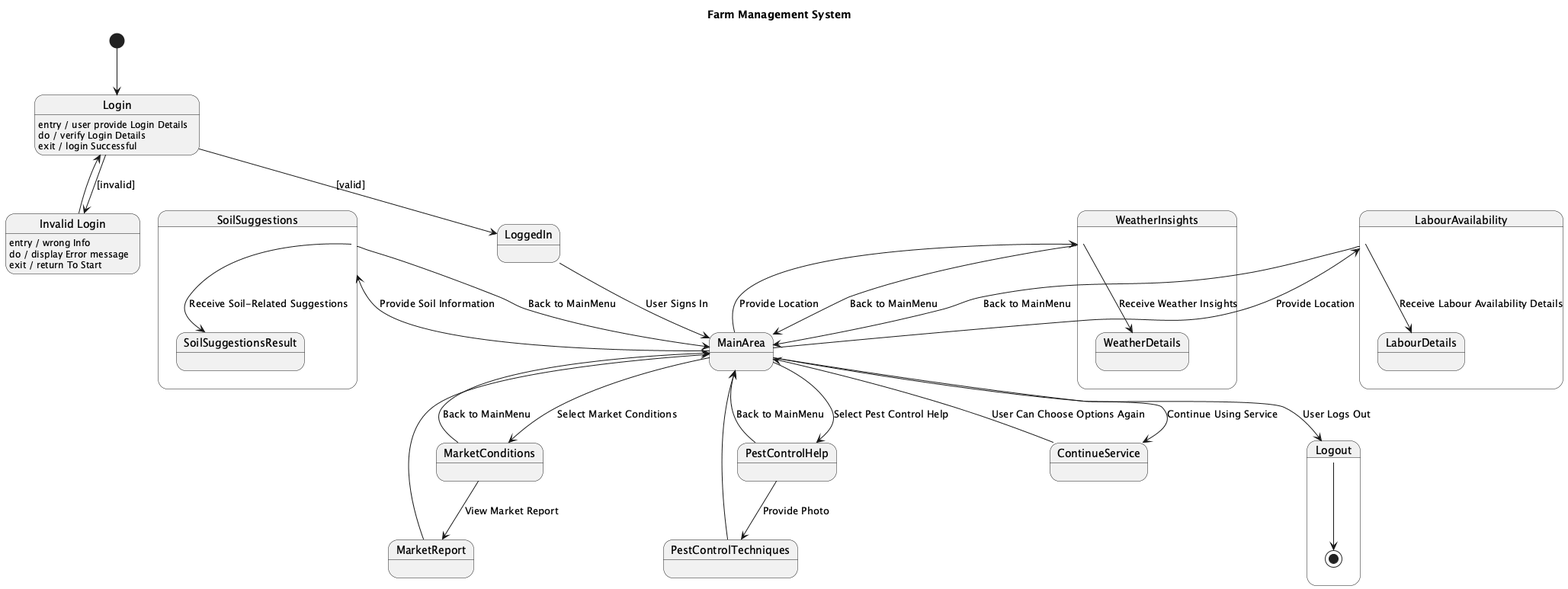
This is results/plantuml_pipeline/ensemble_stacked_llm/runs/ensemble__all_methods__candidate_pool__stacked_llm/case_33_farm_management_system/ensemble.png from maimunafaria/State_transition_Diagram_generated_by_LLM, a PlantUML export, as it was before one commit. Its diagram source:
```plantuml
@startuml
title Farm Management System

[*] --> Login

state Login {
  Login : entry / user provide Login Details
  Login : do / verify Login Details
  Login : exit / login Successful
}

Login --> LoggedIn : [valid]
Login --> InvalidLogin : [invalid]

state "Invalid Login" as InvalidLogin
InvalidLogin : entry / wrong Info
InvalidLogin : do / display Error message
InvalidLogin : exit / return To Start

InvalidLogin --> Login

state LoggedIn <<choice>> {
  LoggedIn --> MainArea : User Signs In
}

state MainArea <<choice>> {
  MainArea --> MarketConditions : Select Market Conditions
  MainArea --> PestControlHelp : Select Pest Control Help
  MainArea --> SoilSuggestions : Provide Soil Information
  MainArea --> WeatherInsights : Provide Location
  MainArea --> LabourAvailability : Provide Location
  MainArea --> ContinueService : Continue Using Service
  MainArea --> Logout : User Logs Out
}

state MarketConditions <<choice>> {
  MarketConditions --> MarketReport : View Market Report
  MarketConditions --> MainArea : Back to MainMenu
}

state MarketReport {
  MarketReport --> MainArea
}

state PestControlHelp <<choice>> {
  PestControlHelp --> PestControlTechniques : Provide Photo
  PestControlHelp --> MainArea : Back to MainMenu
}

state PestControlTechniques {
  PestControlTechniques --> MainArea
}

state SoilSuggestions <<choice>> {
  SoilSuggestions --> SoilSuggestionsResult : Receive Soil-Related Suggestions
  SoilSuggestions --> MainArea : Back to MainMenu
}

state WeatherInsights <<choice>> {
  WeatherInsights --> WeatherDetails : Receive Weather Insights
  WeatherInsights --> MainArea : Back to MainMenu
}

state LabourAvailability <<choice>> {
  LabourAvailability --> LabourDetails : Receive Labour Availability Details
  LabourAvailability --> MainArea : Back to MainMenu
}

state ContinueService <<choice>> {
  ContinueService --> MainArea : User Can Choose Options Again
}

state Logout {
  Logout --> [*]
}

@enduml
```
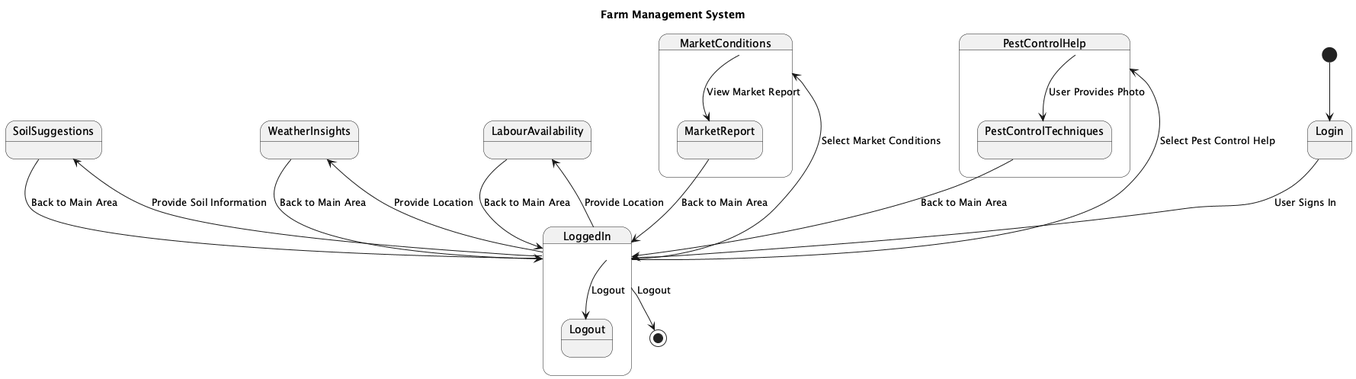
Above is the later version.

What changed in the source:
```diff
@@ -4,74 +4,40 @@
 [*] --> Login
 
 state Login {
-  Login : entry / user provide Login Details
-  Login : do / verify Login Details
-  Login : exit / login Successful
+  Login --> LoggedIn : User Signs In
 }
 
-Login --> LoggedIn : [valid]
-Login --> InvalidLogin : [invalid]
-
-state "Invalid Login" as InvalidLogin
-InvalidLogin : entry / wrong Info
-InvalidLogin : do / display Error message
-InvalidLogin : exit / return To Start
-
-InvalidLogin --> Login
-
 state LoggedIn <<choice>> {
-  LoggedIn --> MainArea : User Signs In
+  LoggedIn --> MarketConditions : Select Market Conditions
+  LoggedIn --> PestControlHelp : Select Pest Control Help
+  LoggedIn --> SoilSuggestions : Provide Soil Information
+  LoggedIn --> WeatherInsights : Provide Location
+  LoggedIn --> LabourAvailability : Provide Location
+  LoggedIn --> Logout : Logout
 }
 
-state MainArea <<choice>> {
-  MainArea --> MarketConditions : Select Market Conditions
-  MainArea --> PestControlHelp : Select Pest Control Help
-  MainArea --> SoilSuggestions : Provide Soil Information
-  MainArea --> WeatherInsights : Provide Location
-  MainArea --> LabourAvailability : Provide Location
-  MainArea --> ContinueService : Continue Using Service
-  MainArea --> Logout : User Logs Out
+state MarketConditions {
+  MarketConditions --> MarketReport : View Market Report
+  MarketReport --> LoggedIn : Back to Main Area
 }
 
-state MarketConditions <<choice>> {
-  MarketConditions --> MarketReport : View Market Report
-  MarketConditions --> MainArea : Back to MainMenu
+state PestControlHelp {
+  PestControlHelp --> PestControlTechniques : User Provides Photo
+  PestControlTechniques --> LoggedIn : Back to Main Area
 }
 
-state MarketReport {
-  MarketReport --> MainArea
+state SoilSuggestions {
+  SoilSuggestions --> LoggedIn : Back to Main Area
 }
 
-state PestControlHelp <<choice>> {
-  PestControlHelp --> PestControlTechniques : Provide Photo
-  PestControlHelp --> MainArea : Back to MainMenu
+state WeatherInsights {
+  WeatherInsights --> LoggedIn : Back to Main Area
 }
 
-state PestControlTechniques {
-  PestControlTechniques --> MainArea
+state LabourAvailability {
+  LabourAvailability --> LoggedIn : Back to Main Area
 }
 
-state SoilSuggestions <<choice>> {
-  SoilSuggestions --> SoilSuggestionsResult : Receive Soil-Related Suggestions
-  SoilSuggestions --> MainArea : Back to MainMenu
-}
-
-state WeatherInsights <<choice>> {
-  WeatherInsights --> WeatherDetails : Receive Weather Insights
-  WeatherInsights --> MainArea : Back to MainMenu
-}
-
-state LabourAvailability <<choice>> {
-  LabourAvailability --> LabourDetails : Receive Labour Availability Details
-  LabourAvailability --> MainArea : Back to MainMenu
-}
-
-state ContinueService <<choice>> {
-  ContinueService --> MainArea : User Can Choose Options Again
-}
-
-state Logout {
-  Logout --> [*]
-}
+LoggedIn --> [*] : Logout
 
 @enduml
```
